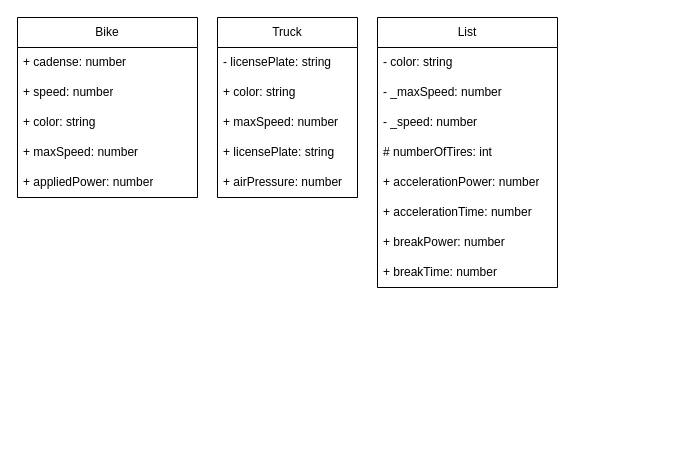
Above: Unit2-08/Designs/cd.drawio in KaitlynIp64/ICS4U-Unit2-Kaitlyn-Ip (draw.io), before the change. Source tidied: cells renumbered, new cells numbered last; positions are measured from the earlier drawing's top-left corner, leaving out a move shared by most shapes. Both pictures are drawn from the tidied source at 100%, with x=0, y=0 at pixel (17, 17).
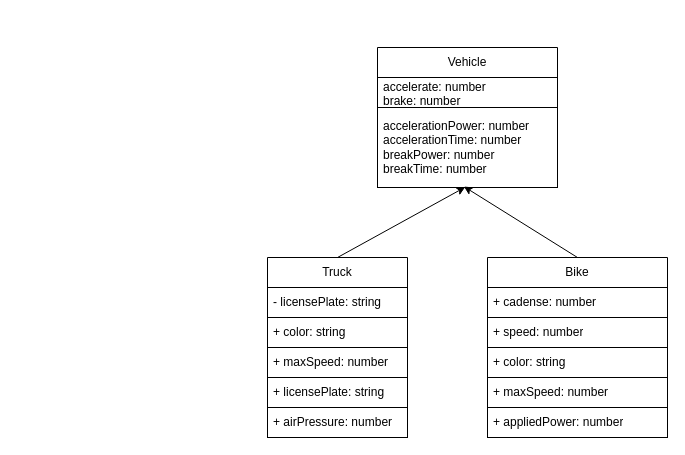
The same page after the edit.

The edit, as a diff of the source:
```diff
@@
+    <mxCell id="23" style="edgeStyle=none;html=1;entryX=0.48;entryY=0.988;entryDx=0;entryDy=0;entryPerimeter=0;exitX=0.5;exitY=0;exitDx=0;exitDy=0;strokeColor=#000000;" parent="1" edge="1" source="2" target="22">
+      <mxGeometry relative="1" as="geometry" />
+    </mxCell>
-    <mxCell id="2" value="Bike" style="swimlane;fontStyle=0;horizontal=1;startSize=30;whiteSpace=wrap;html=1;" parent="1" vertex="1">
-      <mxGeometry width="180" height="180" as="geometry" />
+    <mxCell id="2" value="Bike" style="swimlane;fontStyle=0;horizontal=1;startSize=30;whiteSpace=wrap;html=1;strokeColor=#000000;" parent="1" vertex="1">
+      <mxGeometry x="470" y="240" width="180" height="180" as="geometry" />
     </mxCell>
-    <mxCell id="3" value="+ cadense: number" style="text;strokeColor=none;fillColor=none;align=left;verticalAlign=middle;spacingLeft=4;spacingRight=4;overflow=hidden;whiteSpace=wrap;html=1;" parent="2" vertex="1">
+    <mxCell id="3" value="+ cadense: number" style="text;strokeColor=#000000;fillColor=none;align=left;verticalAlign=middle;spacingLeft=4;spacingRight=4;overflow=hidden;whiteSpace=wrap;html=1;" parent="2" vertex="1">
       <mxGeometry y="30" width="180" height="30" as="geometry" />
     </mxCell>
-    <mxCell id="4" value="+ speed: number" style="text;strokeColor=none;fillColor=none;align=left;verticalAlign=middle;spacingLeft=4;spacingRight=4;overflow=hidden;whiteSpace=wrap;html=1;" parent="2" vertex="1">
+    <mxCell id="4" value="+ speed: number" style="text;strokeColor=#000000;fillColor=none;align=left;verticalAlign=middle;spacingLeft=4;spacingRight=4;overflow=hidden;whiteSpace=wrap;html=1;" parent="2" vertex="1">
       <mxGeometry y="60" width="180" height="30" as="geometry" />
     </mxCell>
-    <mxCell id="5" value="+ color: string" style="text;strokeColor=none;fillColor=none;align=left;verticalAlign=middle;spacingLeft=4;spacingRight=4;overflow=hidden;whiteSpace=wrap;html=1;" parent="2" vertex="1">
+    <mxCell id="5" value="+ color: string" style="text;strokeColor=#000000;fillColor=none;align=left;verticalAlign=middle;spacingLeft=4;spacingRight=4;overflow=hidden;whiteSpace=wrap;html=1;" parent="2" vertex="1">
       <mxGeometry y="90" width="180" height="30" as="geometry" />
     </mxCell>
-    <mxCell id="6" value="+ maxSpeed: number" style="text;strokeColor=none;fillColor=none;align=left;verticalAlign=middle;spacingLeft=4;spacingRight=4;overflow=hidden;whiteSpace=wrap;html=1;" parent="2" vertex="1">
+    <mxCell id="6" value="+ maxSpeed: number" style="text;strokeColor=#000000;fillColor=none;align=left;verticalAlign=middle;spacingLeft=4;spacingRight=4;overflow=hidden;whiteSpace=wrap;html=1;" parent="2" vertex="1">
       <mxGeometry y="120" width="180" height="30" as="geometry" />
     </mxCell>
-    <mxCell id="7" value="+ appliedPower: number" style="text;strokeColor=none;fillColor=none;align=left;verticalAlign=middle;spacingLeft=4;spacingRight=4;overflow=hidden;whiteSpace=wrap;html=1;" parent="2" vertex="1">
+    <mxCell id="7" value="+ appliedPower: number" style="text;strokeColor=#000000;fillColor=none;align=left;verticalAlign=middle;spacingLeft=4;spacingRight=4;overflow=hidden;whiteSpace=wrap;html=1;" parent="2" vertex="1">
       <mxGeometry y="150" width="180" height="30" as="geometry" />
     </mxCell>
+    <mxCell id="24" style="edgeStyle=none;html=1;entryX=0.487;entryY=0.996;entryDx=0;entryDy=0;entryPerimeter=0;exitX=0.5;exitY=0;exitDx=0;exitDy=0;strokeColor=#000000;" parent="1" edge="1" source="8" target="22">
+      <mxGeometry relative="1" as="geometry" />
+    </mxCell>
-    <mxCell id="8" value="Truck" style="swimlane;fontStyle=0;horizontal=1;startSize=30;whiteSpace=wrap;html=1;" parent="1" vertex="1">
-      <mxGeometry x="200" width="140" height="180" as="geometry" />
+    <mxCell id="8" value="Truck" style="swimlane;fontStyle=0;horizontal=1;startSize=30;whiteSpace=wrap;html=1;strokeColor=#000000;" parent="1" vertex="1">
+      <mxGeometry x="250" y="240" width="140" height="180" as="geometry" />
     </mxCell>
-    <mxCell id="9" value="- licensePlate: string" style="text;strokeColor=none;fillColor=none;align=left;verticalAlign=middle;spacingLeft=4;spacingRight=4;overflow=hidden;whiteSpace=wrap;html=1;" parent="8" vertex="1">
+    <mxCell id="9" value="- licensePlate: string" style="text;strokeColor=#000000;fillColor=none;align=left;verticalAlign=middle;spacingLeft=4;spacingRight=4;overflow=hidden;whiteSpace=wrap;html=1;" parent="8" vertex="1">
       <mxGeometry y="30" width="140" height="30" as="geometry" />
     </mxCell>
-    <mxCell id="10" value="+ color: string" style="text;strokeColor=none;fillColor=none;align=left;verticalAlign=middle;spacingLeft=4;spacingRight=4;overflow=hidden;whiteSpace=wrap;html=1;" parent="8" vertex="1">
+    <mxCell id="10" value="+ color: string" style="text;strokeColor=#000000;fillColor=none;align=left;verticalAlign=middle;spacingLeft=4;spacingRight=4;overflow=hidden;whiteSpace=wrap;html=1;" parent="8" vertex="1">
       <mxGeometry y="60" width="140" height="30" as="geometry" />
     </mxCell>
-    <mxCell id="11" value="+ maxSpeed: number" style="text;strokeColor=none;fillColor=none;align=left;verticalAlign=middle;spacingLeft=4;spacingRight=4;overflow=hidden;whiteSpace=wrap;html=1;" parent="8" vertex="1">
+    <mxCell id="11" value="+ maxSpeed: number" style="text;strokeColor=#000000;fillColor=none;align=left;verticalAlign=middle;spacingLeft=4;spacingRight=4;overflow=hidden;whiteSpace=wrap;html=1;" parent="8" vertex="1">
       <mxGeometry y="90" width="140" height="30" as="geometry" />
     </mxCell>
-    <mxCell id="12" value="+ licensePlate: string" style="text;strokeColor=none;fillColor=none;align=left;verticalAlign=middle;spacingLeft=4;spacingRight=4;overflow=hidden;whiteSpace=wrap;html=1;" parent="8" vertex="1">
+    <mxCell id="12" value="+ licensePlate: string" style="text;strokeColor=#000000;fillColor=none;align=left;verticalAlign=middle;spacingLeft=4;spacingRight=4;overflow=hidden;whiteSpace=wrap;html=1;" parent="8" vertex="1">
       <mxGeometry y="120" width="140" height="30" as="geometry" />
     </mxCell>
-    <mxCell id="13" value="+ airPressure: number" style="text;strokeColor=none;fillColor=none;align=left;verticalAlign=middle;spacingLeft=4;spacingRight=4;overflow=hidden;whiteSpace=wrap;html=1;" parent="8" vertex="1">
+    <mxCell id="13" value="+ airPressure: number" style="text;strokeColor=#000000;fillColor=none;align=left;verticalAlign=middle;spacingLeft=4;spacingRight=4;overflow=hidden;whiteSpace=wrap;html=1;" parent="8" vertex="1">
       <mxGeometry y="150" width="140" height="30" as="geometry" />
     </mxCell>
-    <mxCell id="14" value="List" style="swimlane;fontStyle=0;horizontal=1;startSize=30;whiteSpace=wrap;html=1;" parent="1" vertex="1">
-      <mxGeometry x="360" width="180" height="270" as="geometry" />
+    <mxCell id="14" value="Vehicle" style="swimlane;fontStyle=0;horizontal=1;startSize=30;whiteSpace=wrap;html=1;strokeColor=#000000;" parent="1" vertex="1">
+      <mxGeometry x="360" y="30" width="180" height="140" as="geometry" />
     </mxCell>
-    <mxCell id="15" value="- color: string" style="text;strokeColor=none;fillColor=none;align=left;verticalAlign=middle;spacingLeft=4;spacingRight=4;overflow=hidden;whiteSpace=wrap;html=1;" parent="14" vertex="1">
+    <mxCell id="15" value="accelerate: number&lt;br&gt;brake: number" style="text;strokeColor=#000000;fillColor=none;align=left;verticalAlign=middle;spacingLeft=4;spacingRight=4;overflow=hidden;whiteSpace=wrap;html=1;" parent="14" vertex="1">
       <mxGeometry y="30" width="180" height="30" as="geometry" />
     </mxCell>
-    <mxCell id="16" value="- _maxSpeed: number" style="text;strokeColor=none;fillColor=none;align=left;verticalAlign=middle;spacingLeft=4;spacingRight=4;overflow=hidden;whiteSpace=wrap;html=1;" parent="14" vertex="1">
-      <mxGeometry y="60" width="180" height="30" as="geometry" />
-    </mxCell>
-    <mxCell id="17" value="- _speed: number" style="text;strokeColor=none;fillColor=none;align=left;verticalAlign=middle;spacingLeft=4;spacingRight=4;overflow=hidden;whiteSpace=wrap;html=1;" parent="14" vertex="1">
-      <mxGeometry y="90" width="180" height="30" as="geometry" />
-    </mxCell>
-    <mxCell id="18" value="# numberOfTires: int" style="text;strokeColor=none;fillColor=none;align=left;verticalAlign=middle;spacingLeft=4;spacingRight=4;overflow=hidden;whiteSpace=wrap;html=1;" parent="14" vertex="1">
-      <mxGeometry y="120" width="180" height="30" as="geometry" />
-    </mxCell>
-    <mxCell id="19" value="+ accelerationPower: number" style="text;strokeColor=none;fillColor=none;align=left;verticalAlign=middle;spacingLeft=4;spacingRight=4;overflow=hidden;whiteSpace=wrap;html=1;" parent="14" vertex="1">
-      <mxGeometry y="150" width="180" height="30" as="geometry" />
-    </mxCell>
-    <mxCell id="20" value="+ accelerationTime: number" style="text;strokeColor=none;fillColor=none;align=left;verticalAlign=middle;spacingLeft=4;spacingRight=4;overflow=hidden;whiteSpace=wrap;html=1;" parent="14" vertex="1">
-      <mxGeometry y="180" width="180" height="30" as="geometry" />
-    </mxCell>
-    <mxCell id="21" value="+ breakPower: number" style="text;strokeColor=none;fillColor=none;align=left;verticalAlign=middle;spacingLeft=4;spacingRight=4;overflow=hidden;whiteSpace=wrap;html=1;" parent="14" vertex="1">
-      <mxGeometry y="210" width="180" height="30" as="geometry" />
-    </mxCell>
-    <mxCell id="22" value="+ breakTime: number" style="text;strokeColor=none;fillColor=none;align=left;verticalAlign=middle;spacingLeft=4;spacingRight=4;overflow=hidden;points=[[0,0.5],[1,0.5]];portConstraint=eastwest;whiteSpace=wrap;html=1;" parent="14" vertex="1">
-      <mxGeometry y="240" width="180" height="30" as="geometry" />
+    <mxCell id="22" value="accelerationPower: number&lt;br&gt;accelerationTime: number&lt;br&gt;breakPower: number&lt;br&gt;breakTime: number" style="text;strokeColor=#000000;fillColor=none;align=left;verticalAlign=middle;spacingLeft=4;spacingRight=4;overflow=hidden;points=[[0,0.5],[1,0.5]];portConstraint=eastwest;whiteSpace=wrap;html=1;" parent="14" vertex="1">
+      <mxGeometry y="60" width="180" height="80" as="geometry" />
     </mxCell>
```
